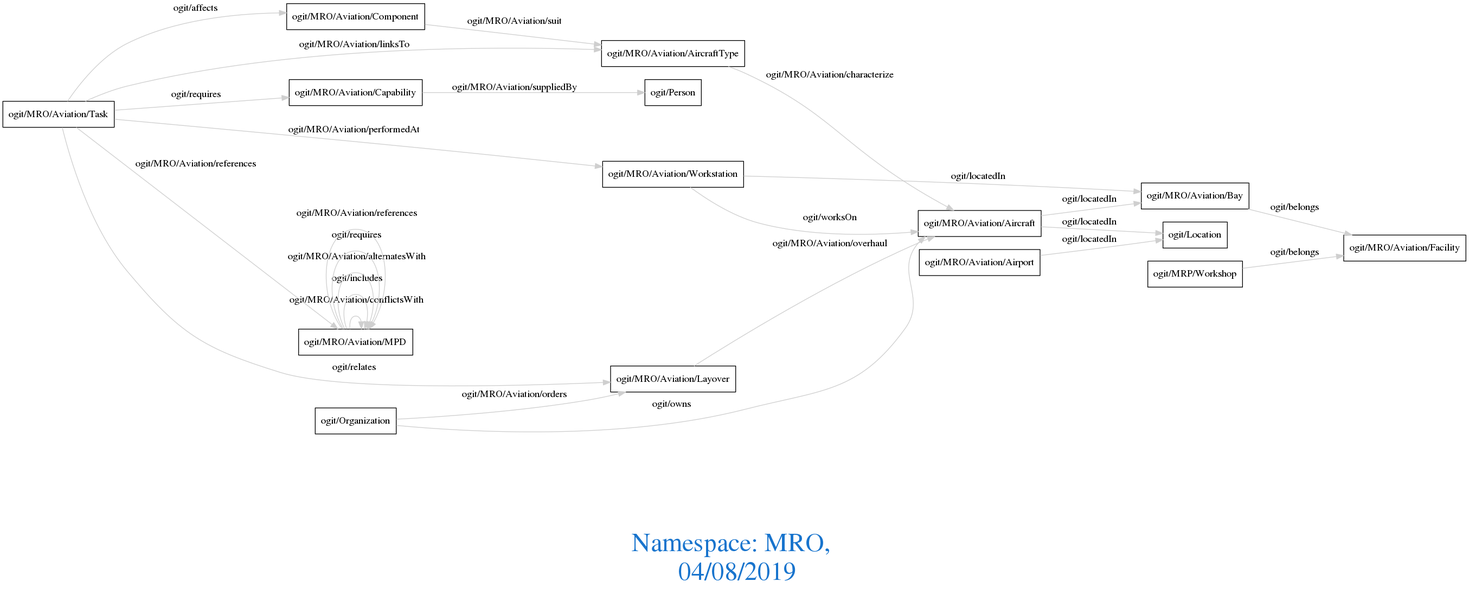
The Graphviz diagram downloads/MRO.png in arago/OGIT, before a commit. Its source is kept beside it as downloads/MRO.dot.
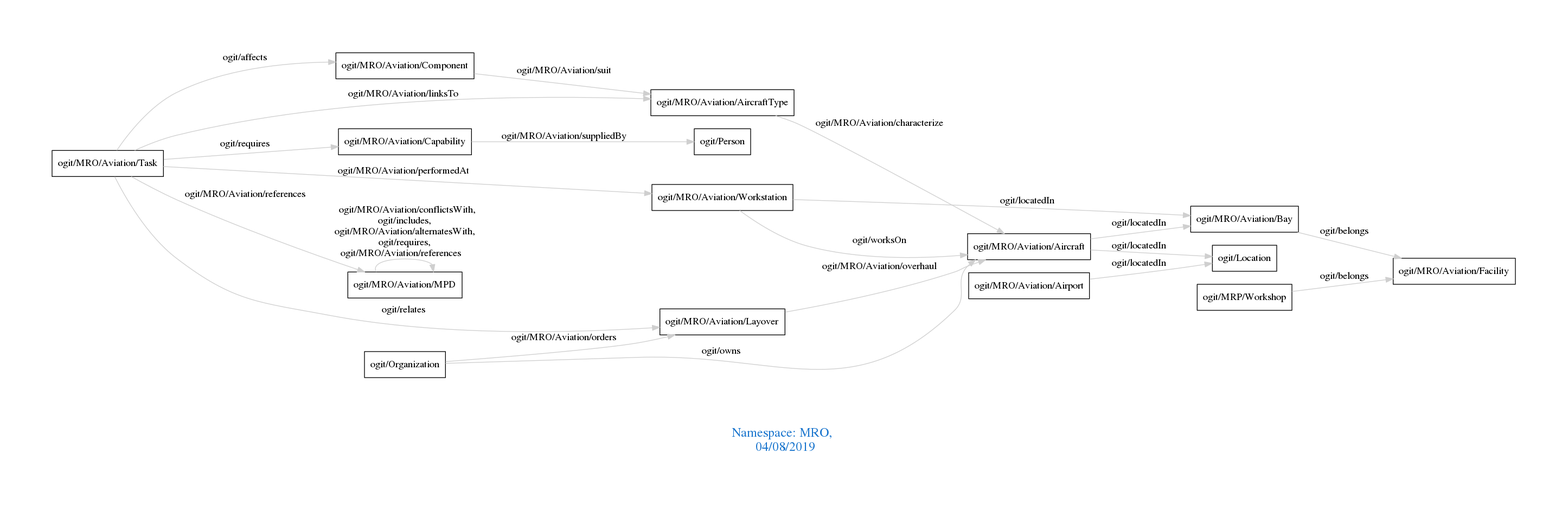
The same diagram one commit later.

Diff of the diagram source:
```diff
@@ -1,37 +1,28 @@
 digraph OGIT_ontology {
- graph [ rankdir= LR,compound=true
-fontsize = 36,
+ graph [ rankdir= LR,pad=1
+fontsize = 18,
 fontcolor= dodgerblue3,label = "\n\n\nNamespace: MRO, \n 04/08/2019"];
 node[shape=polygon];
 edge [  color="gray81"];
 
-   "ogit/MRO/Aviation/MPD" -> "ogit/MRO/Aviation/MPD" [label="   ogit/MRO/Aviation/conflictsWith
-  "];
    "ogit/MRO/Aviation/Capability" -> "ogit/Person" [label="   ogit/MRO/Aviation/suppliedBy    "];
    "ogit/MRO/Aviation/Workstation" -> "ogit/MRO/Aviation/Aircraft" [label="   ogit/worksOn    "];
    "ogit/MRO/Aviation/Task" -> "ogit/MRO/Aviation/AircraftType" [label="   ogit/MRO/Aviation/linksTo    "];
-   "ogit/MRO/Aviation/MPD" -> "ogit/MRO/Aviation/MPD" [label="   ogit/includes
-  "];
    "ogit/MRO/Aviation/Layover" -> "ogit/MRO/Aviation/Aircraft" [label="   ogit/MRO/Aviation/overhaul    "];
-   "ogit/MRO/Aviation/MPD" -> "ogit/MRO/Aviation/MPD" [label="   ogit/MRO/Aviation/alternatesWith
-  "];
    "ogit/MRO/Aviation/Aircraft" -> "ogit/Location" [label="   ogit/locatedIn    "];
    "ogit/MRO/Aviation/Aircraft" -> "ogit/MRO/Aviation/Bay" [label="   ogit/locatedIn    "];
    "ogit/MRO/Aviation/Airport" -> "ogit/Location" [label="   ogit/locatedIn    "];
    "ogit/MRO/Aviation/Workstation" -> "ogit/MRO/Aviation/Bay" [label="   ogit/locatedIn    "];
    "ogit/MRO/Aviation/Task" -> "ogit/MRO/Aviation/Component" [label="   ogit/affects    "];
    "ogit/MRO/Aviation/AircraftType" -> "ogit/MRO/Aviation/Aircraft" [label="   ogit/MRO/Aviation/characterize    "];
-   "ogit/MRO/Aviation/MPD" -> "ogit/MRO/Aviation/MPD" [label="   ogit/requires
-  "];
    "ogit/MRO/Aviation/Task" -> "ogit/MRO/Aviation/Capability" [label="   ogit/requires    "];
    "ogit/Organization" -> "ogit/MRO/Aviation/Aircraft" [label="   ogit/owns    "];
    "ogit/MRO/Aviation/Task" -> "ogit/MRO/Aviation/Workstation" [label="   ogit/MRO/Aviation/performedAt    "];
    "ogit/MRO/Aviation/Bay" -> "ogit/MRO/Aviation/Facility" [label="   ogit/belongs    "];
    "ogit/MRP/Workshop" -> "ogit/MRO/Aviation/Facility" [label="   ogit/belongs    "];
-   "ogit/MRO/Aviation/MPD" -> "ogit/MRO/Aviation/MPD" [label="   ogit/MRO/Aviation/references
-  "];
    "ogit/MRO/Aviation/Task" -> "ogit/MRO/Aviation/MPD" [label="   ogit/MRO/Aviation/references    "];
    "ogit/MRO/Aviation/Component" -> "ogit/MRO/Aviation/AircraftType" [label="   ogit/MRO/Aviation/suit    "];
    "ogit/MRO/Aviation/Task" -> "ogit/MRO/Aviation/Layover" [label="   ogit/relates    "];
    "ogit/Organization" -> "ogit/MRO/Aviation/Layover" [label="   ogit/MRO/Aviation/orders    "];
+   "ogit/MRO/Aviation/MPD" -> "ogit/MRO/Aviation/MPD" [label="   ogit/MRO/Aviation/conflictsWith, \n ogit/includes, \n ogit/MRO/Aviation/alternatesWith, \n ogit/requires, \n ogit/MRO/Aviation/references    "];
 }
```
